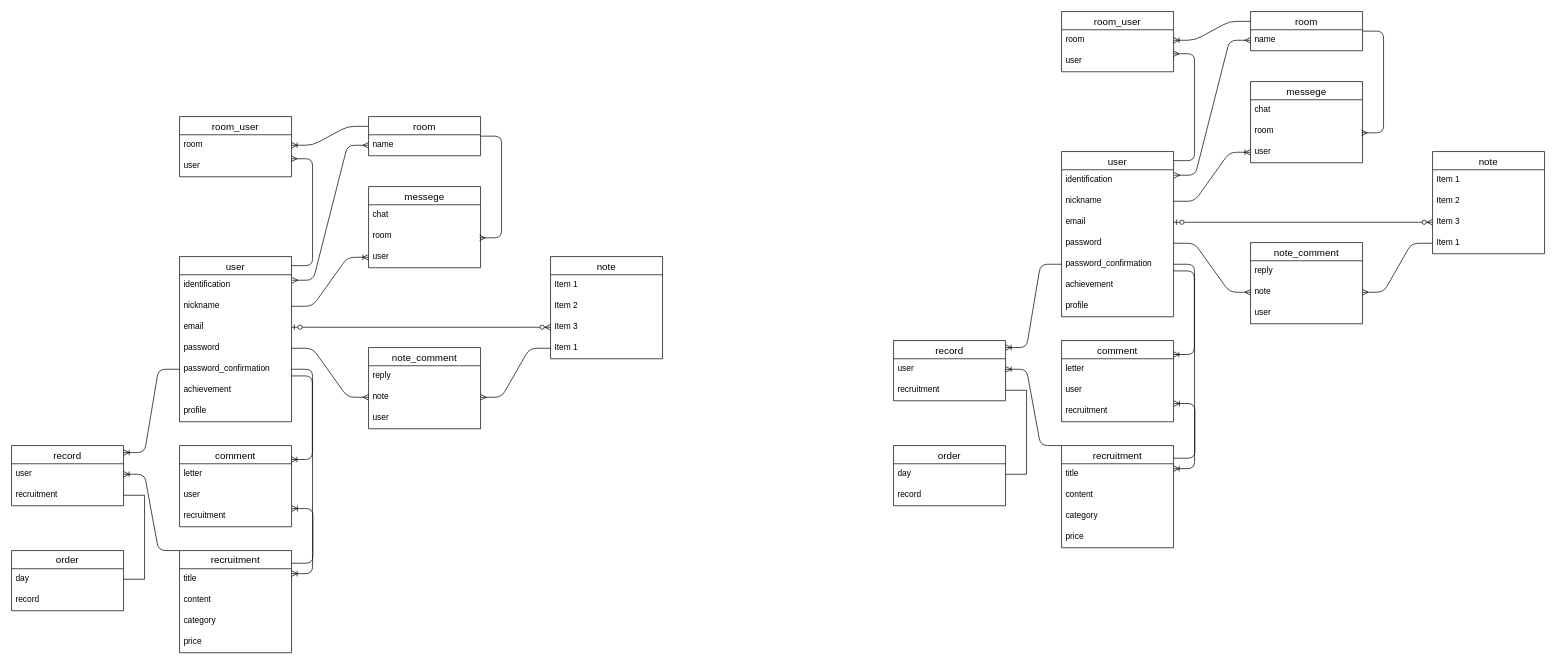
Above: skillskip.dio in tsunodayuki0302/skillskip_app (draw.io), before the change. Source tidied: cells renumbered, new cells numbered last; positions are measured from the earlier drawing's top-left corner, leaving out a move shared by most shapes. Both pictures are drawn from the tidied source at 70%, with x=0, y=0 at pixel (11, 11).
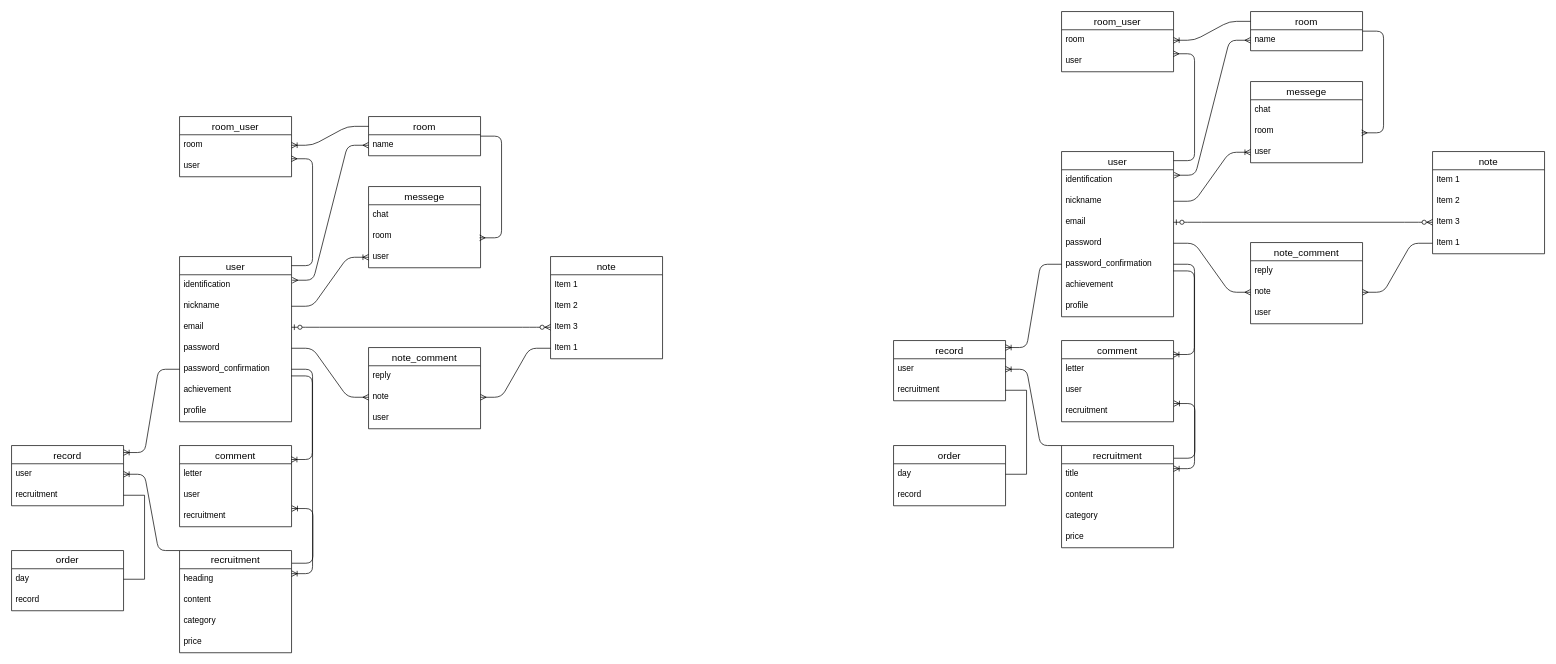
Above is the later version.

The change refers to these unchanged cells:
```xml
<mxCell id="10" value="recruitment" style="swimlane;fontStyle=0;horizontal=1;startSize=26;align=center;fontSize=14;" parent="1" vertex="1">
  <mxGeometry x="240" y="770" width="160" height="146" as="geometry" />
</mxCell>
```

What changed in the source:
```diff
@@
-    <mxCell id="11" value="title" style="text;strokeColor=none;fillColor=none;spacingLeft=4;spacingRight=4;overflow=hidden;points=[[0,0.5],[1,0.5]];portConstraint=eastwest;fontSize=12;" parent="10" vertex="1">
+    <mxCell id="11" value="heading" style="text;strokeColor=none;fillColor=none;spacingLeft=4;spacingRight=4;overflow=hidden;points=[[0,0.5],[1,0.5]];portConstraint=eastwest;fontSize=12;" parent="10" vertex="1">
       <mxGeometry y="26" width="160" height="30" as="geometry" />
     </mxCell>
```
